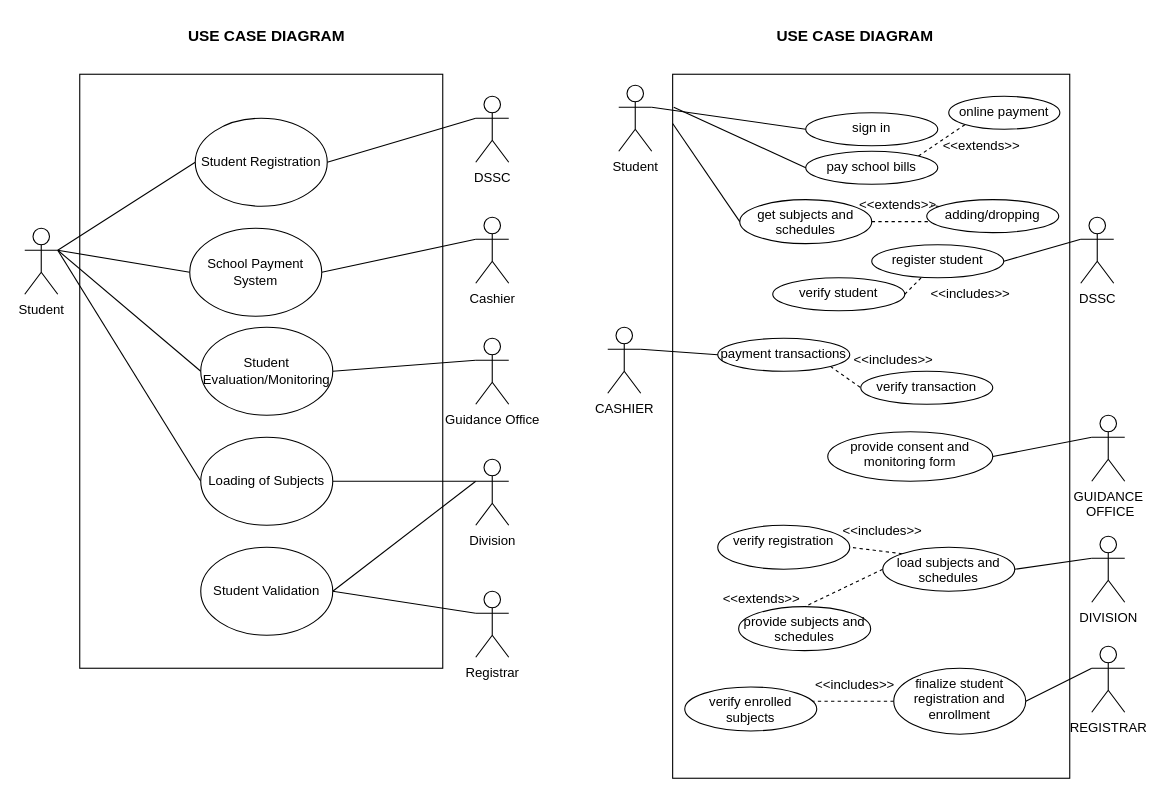
Before: Copy of Untitled Diagram.drawio in John-Rey-Pial/Draw-IO, a draw.io diagram. Source tidied: cells renumbered, new cells numbered last; positions are measured from the earlier drawing's top-left corner, leaving out a move shared by most shapes. Both pictures are drawn from the tidied source at 110%, with x=0, y=0 at pixel (24, 19).
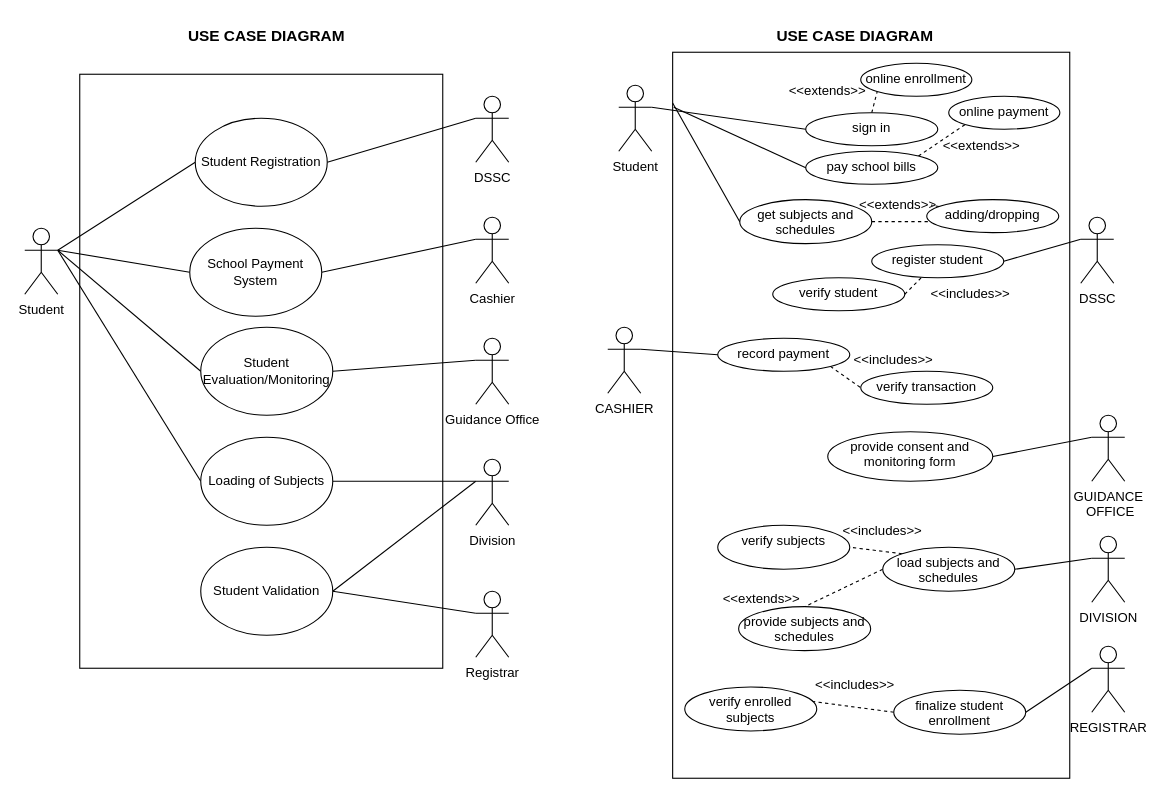
Above is the later version.

The change refers to these unchanged cells:
```xml
<mxCell id="28" value="sign in" style="ellipse;whiteSpace=wrap;html=1;verticalAlign=top;" parent="1" vertex="1">
  <mxGeometry x="710" y="85" width="120" height="30" as="geometry" />
</mxCell>
```

Diff of the diagram source:
```diff
@@
     <mxCell id="26" style="rounded=0;whiteSpace=wrap;html=1;" parent="1" vertex="1">
-      <mxGeometry x="589" y="50" width="361" height="640" as="geometry" />
+      <mxGeometry x="589" y="30" width="361" height="660" as="geometry" />
     </mxCell>
@@
+    <mxCell id="72" style="edgeStyle=none;rounded=0;jettySize=auto;html=1;exitX=0.5;exitY=0;exitDx=0;exitDy=0;entryX=0;entryY=1;entryDx=0;entryDy=0;dashed=1;endArrow=none;endFill=0;" parent="1" edge="1" source="28" target="73">
+      <mxGeometry relative="1" as="geometry" />
+    </mxCell>
@@
-    <mxCell id="43" value="payment transactions" style="ellipse;whiteSpace=wrap;html=1;verticalAlign=top;" parent="1" vertex="1">
+    <mxCell id="43" value="record payment" style="ellipse;whiteSpace=wrap;html=1;verticalAlign=top;" parent="1" vertex="1">
       <mxGeometry x="630" y="290" width="120" height="30" as="geometry" />
     </mxCell>
@@
-    <mxCell id="55" value="verify registration" style="ellipse;whiteSpace=wrap;html=1;verticalAlign=top;" parent="1" vertex="1">
+    <mxCell id="55" value="verify subjects" style="ellipse;whiteSpace=wrap;html=1;verticalAlign=top;" parent="1" vertex="1">
       <mxGeometry x="630" y="460" width="120" height="40" as="geometry" />
     </mxCell>
@@
-    <mxCell id="62" value="finalize student registration and enrollment" style="ellipse;whiteSpace=wrap;html=1;verticalAlign=top;" parent="1" vertex="1">
-      <mxGeometry x="790" y="590" width="120" height="60" as="geometry" />
+    <mxCell id="62" value="finalize student enrollment" style="ellipse;whiteSpace=wrap;html=1;verticalAlign=top;" parent="1" vertex="1">
+      <mxGeometry x="790" y="610" width="120" height="40" as="geometry" />
     </mxCell>
@@
+    <mxCell id="73" value="online enrollment" style="ellipse;whiteSpace=wrap;html=1;verticalAlign=top;" parent="1" vertex="1">
+      <mxGeometry x="760" y="40" width="101" height="30" as="geometry" />
+    </mxCell>
+    <mxCell id="74" value="&amp;lt;&amp;lt;extends&amp;gt;&amp;gt;" style="text;html=1;strokeColor=none;fillColor=none;align=center;verticalAlign=middle;whiteSpace=wrap;rounded=0;" parent="1" vertex="1">
+      <mxGeometry x="700" y="50" width="60" height="30" as="geometry" />
+    </mxCell>
```
